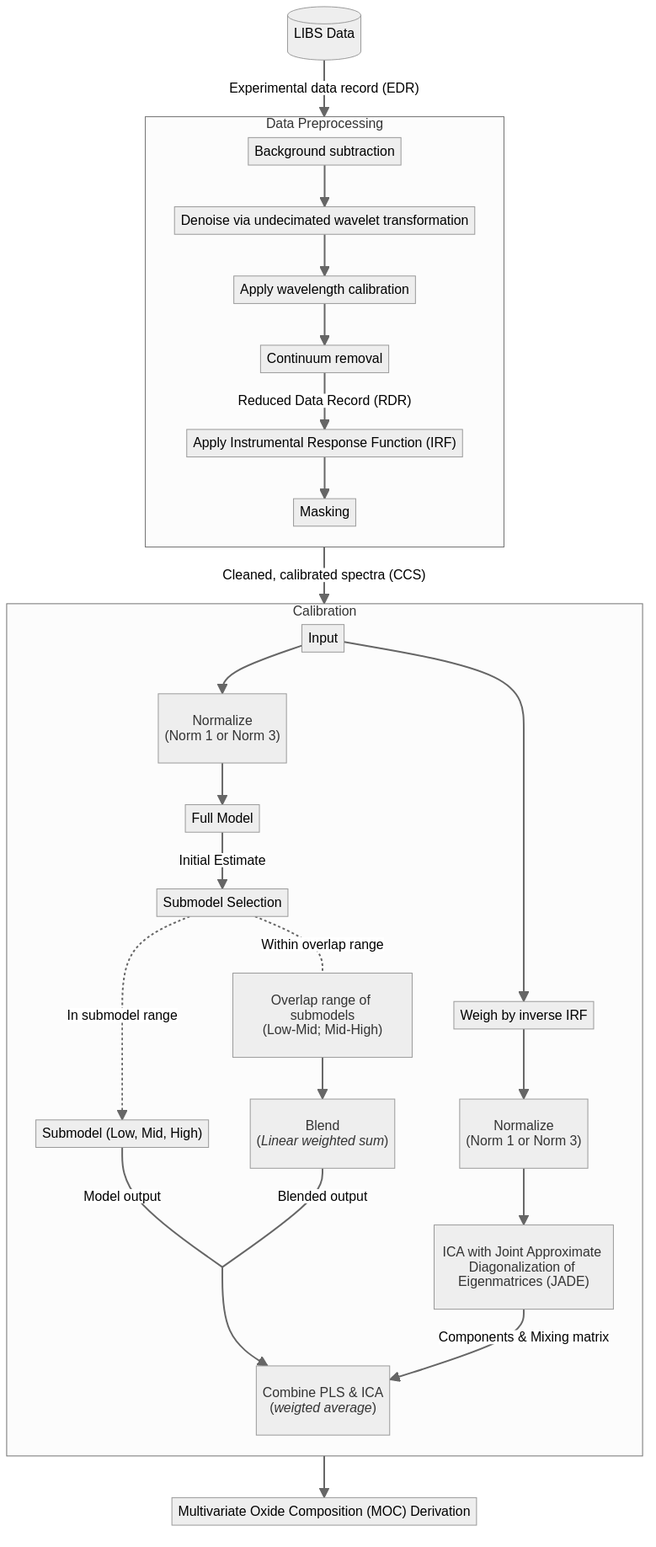
The Mermaid diagram report_pre_thesis/src/images/pipeline.png in chhoumann/thesis-chemcam, before a commit. Its source is kept beside it as report_pre_thesis/pipeline.mmd.
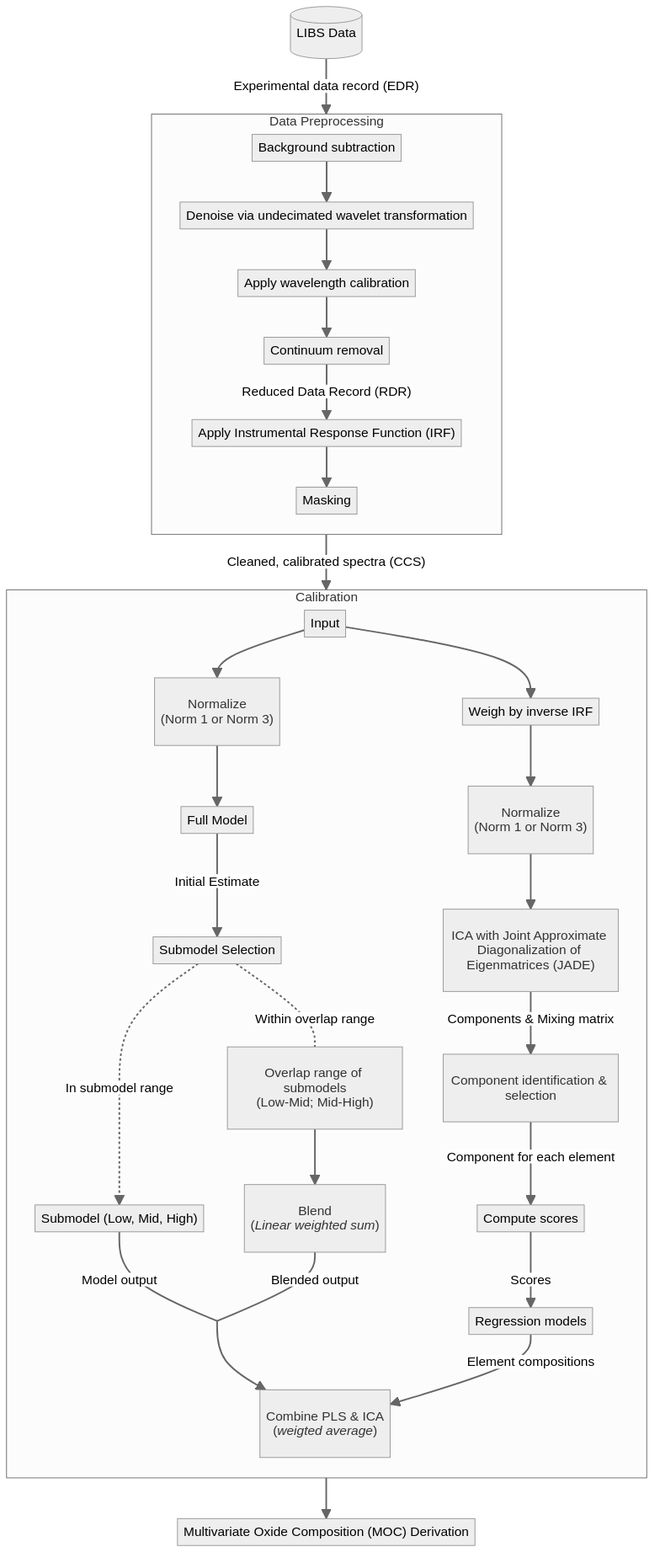
After the commit.

Commit message:
update pipeline diagram with JADE-ICA

What changed in the source:
```diff
@@ -37,7 +37,8 @@
         (Norm 1 or Norm 3)`"] --> I
 
         I["`ICA with Joint Approximate Diagonalization of Eigenmatrices (JADE)`"]
-        I -->|Components & Mixing matrix| J
+        I -->|"Components & Mixing matrix"| CIS["`Component identification & selection`"]
+        CIS -->|Component for each element| CS["Compute scores"] -->|Scores| TRM["Regression models"] -->|"Element compositions"| J
 
 
         J["`Combine PLS & ICA
```
